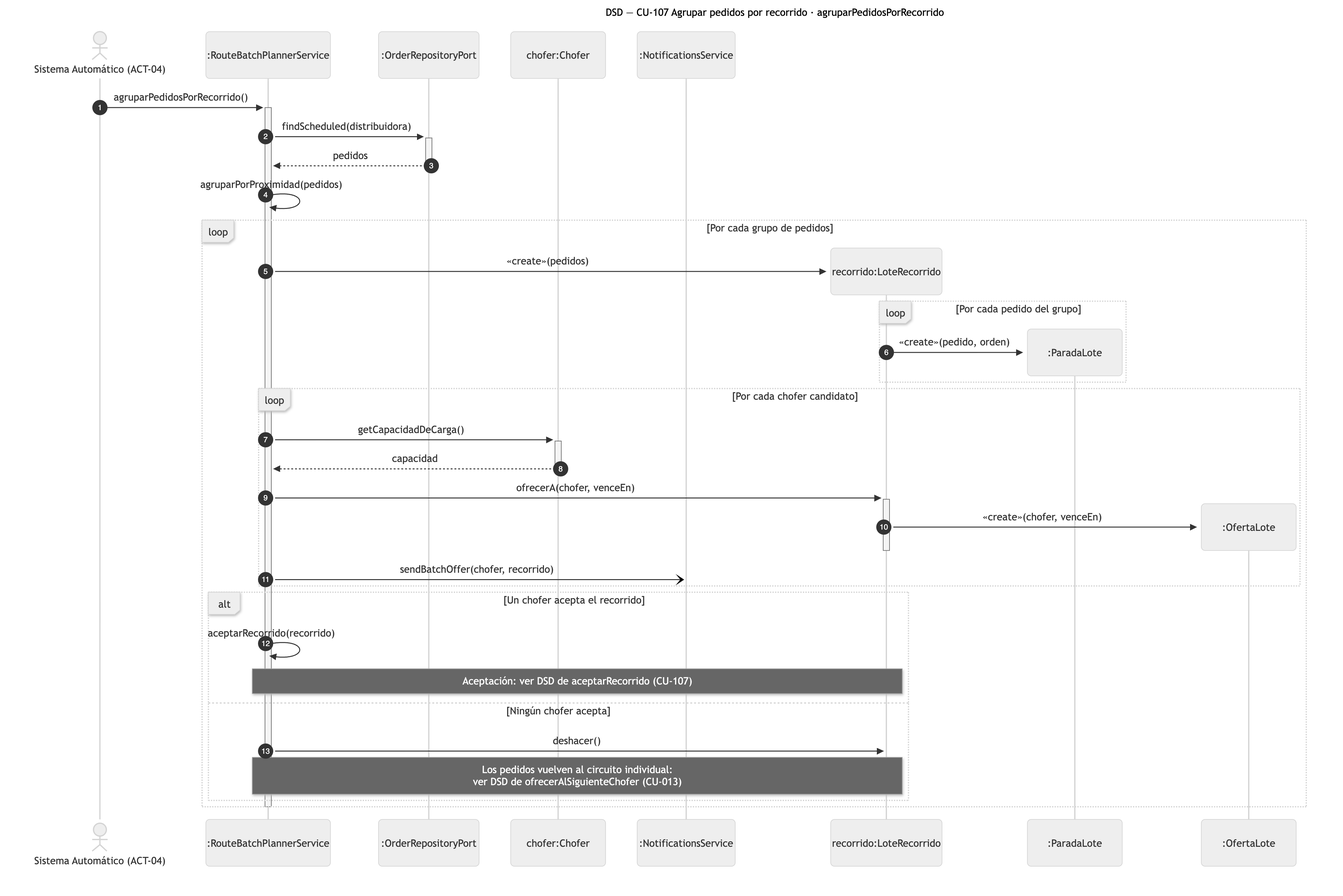
Nahuelito-Dev/splg-docs keeps this Mermaid diagram as diagramas/png/DSD_CU-107_agruparPedidosPorRecorrido.png. Above is the earlier version. Its source is kept beside it as diagramas/DSD_CU-107_agruparPedidosPorRecorrido.mmd.
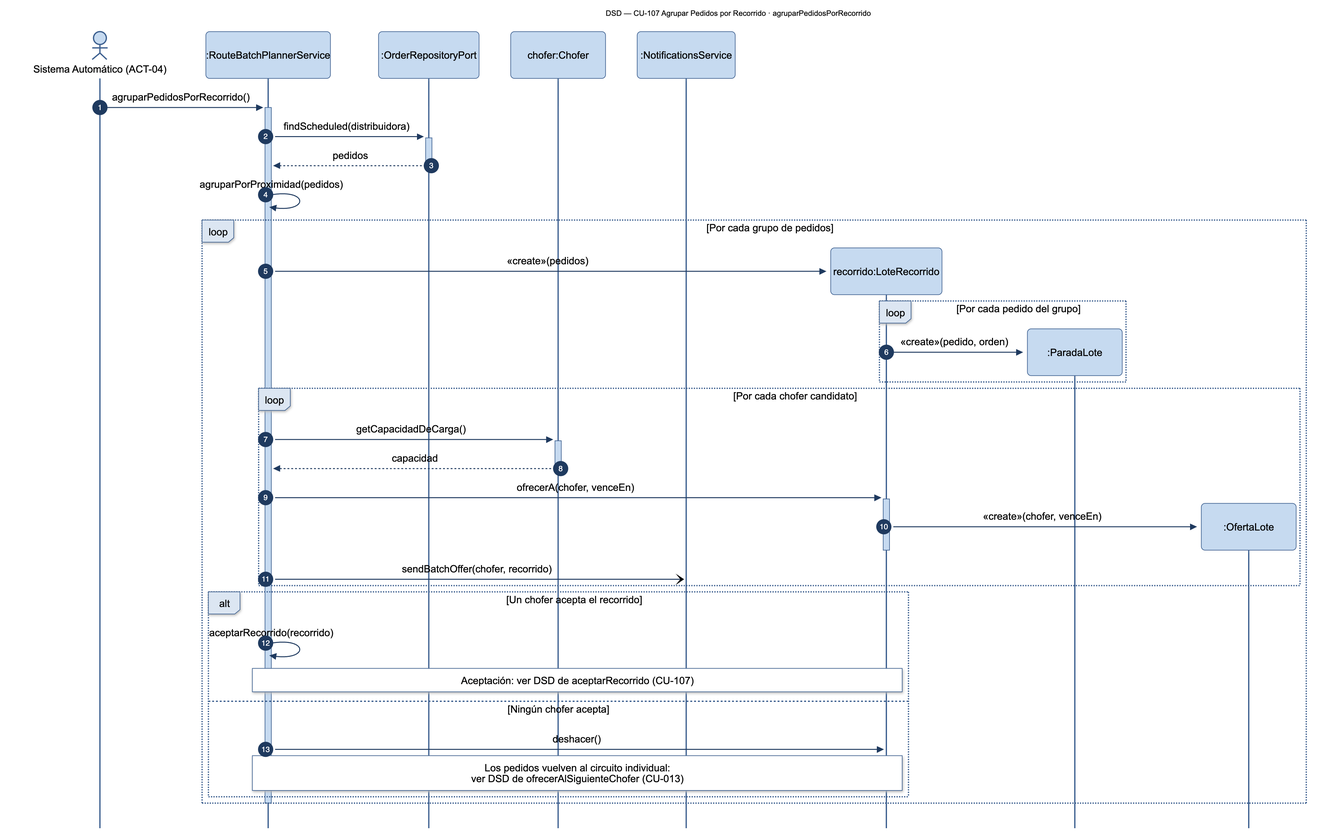
Above is the later version.

What changed in the source:
```diff
@@ -1,5 +1,5 @@
 sequenceDiagram
-    title DSD — CU-107 Agrupar pedidos por recorrido · agruparPedidosPorRecorrido
+    title DSD — CU-107 Agrupar Pedidos por Recorrido · agruparPedidosPorRecorrido
     autonumber
     actor SIS as Sistema Automático (ACT-04)
     participant PLN as :RouteBatchPlannerService
```
